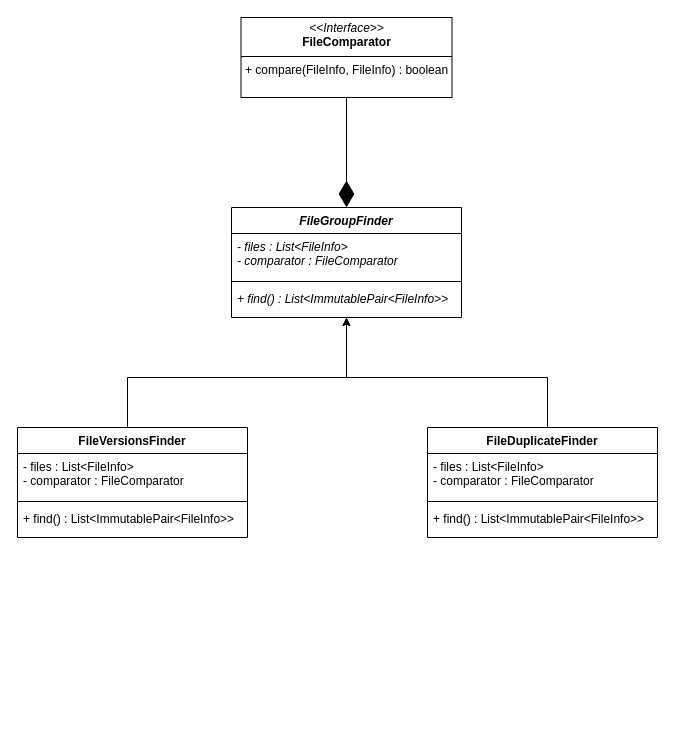
The draw.io diagram page "finders" (2 of 5) of resources/class-diagrams.drawio in Mateusz2734/filesystem-cleaner, before the edit. Source tidied: cells renumbered, new cells numbered last; positions are measured from the earlier drawing's top-left corner, leaving out a move shared by most shapes. Both pictures are drawn from the tidied source at 100%, with x=0, y=0 at pixel (17, 17).
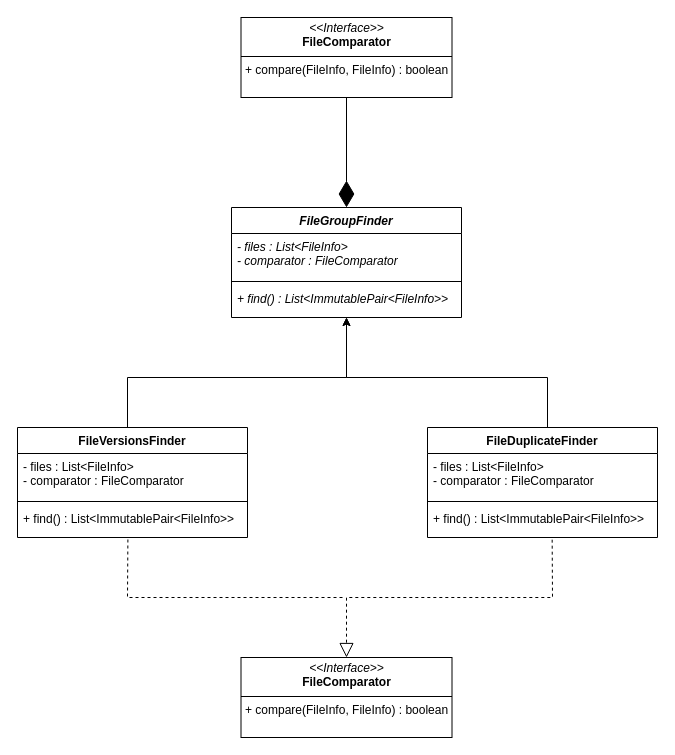
The same page after the edit.

Unchanged cells that the change refers to:
```xml
<mxCell id="10" value="+ find() : List&amp;lt;ImmutablePair&amp;lt;FileInfo&amp;gt;&amp;gt;&lt;div&gt;&lt;br&gt;&lt;/div&gt;" style="text;strokeColor=none;fillColor=none;align=left;verticalAlign=top;spacingLeft=4;spacingRight=4;overflow=hidden;points=[[0,0.5],[1,0.5]];portConstraint=eastwest;whiteSpace=wrap;html=1;" parent="7" vertex="1">
  <mxGeometry y="78" width="230" height="32" as="geometry" />
</mxCell>
<mxCell id="15" value="+ find() : List&amp;lt;ImmutablePair&amp;lt;FileInfo&amp;gt;&amp;gt;&lt;div&gt;&lt;br&gt;&lt;/div&gt;" style="text;strokeColor=none;fillColor=none;align=left;verticalAlign=top;spacingLeft=4;spacingRight=4;overflow=hidden;points=[[0,0.5],[1,0.5]];portConstraint=eastwest;whiteSpace=wrap;html=1;" parent="12" vertex="1">
  <mxGeometry y="78" width="230" height="32" as="geometry" />
</mxCell>
```

Change to the diagram source:
```diff
@@
+    <mxCell id="18" value="&lt;p style=&quot;margin:0px;margin-top:4px;text-align:center;&quot;&gt;&lt;i&gt;&amp;lt;&amp;lt;Interface&amp;gt;&amp;gt;&lt;/i&gt;&lt;br&gt;&lt;b&gt;FileComparator&lt;/b&gt;&lt;/p&gt;&lt;hr size=&quot;1&quot; style=&quot;border-style:solid;&quot;&gt;&lt;p style=&quot;margin:0px;margin-left:4px;&quot;&gt;+ compare(FileInfo, FileInfo) : boolean&amp;nbsp;&lt;/p&gt;" style="verticalAlign=top;align=left;overflow=fill;html=1;whiteSpace=wrap;" parent="1" vertex="1">
+      <mxGeometry x="223.5" y="640" width="211" height="80" as="geometry" />
+    </mxCell>
+    <mxCell id="19" style="endArrow=block;dashed=1;endFill=0;endSize=12;html=1;rounded=0;entryX=0.5;entryY=0;entryDx=0;entryDy=0;exitX=0.542;exitY=1.068;exitDx=0;exitDy=0;exitPerimeter=0;" parent="1" edge="1" source="10" target="18">
+      <mxGeometry relative="1" as="geometry">
+        <Array as="points">
+          <mxPoint x="535" y="580" />
+          <mxPoint x="329" y="580" />
+        </Array>
+      </mxGeometry>
+    </mxCell>
+    <mxCell id="20" style="endArrow=none;dashed=1;html=1;rounded=0;entryX=0.48;entryY=1.031;entryDx=0;entryDy=0;entryPerimeter=0;" parent="1" edge="1" target="15">
+      <mxGeometry relative="1" as="geometry">
+        <mxPoint x="325" y="580" as="sourcePoint" />
+        <Array as="points">
+          <mxPoint x="110" y="580" />
+        </Array>
+      </mxGeometry>
+    </mxCell>
```
